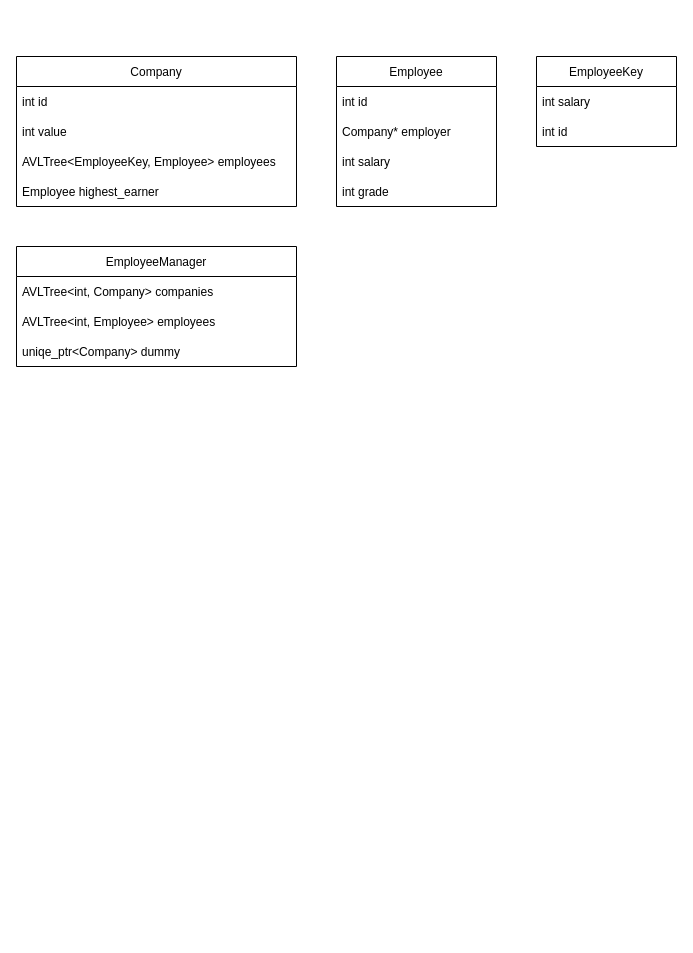
The draw.io diagram DataStructsHW1.drawio in adamkatav/DataSysHW1, before the edit. Source tidied: cells renumbered, new cells numbered last; positions are measured from the earlier drawing's top-left corner, leaving out a move shared by most shapes. Both pictures are drawn from the tidied source at 100%, with x=0, y=0 at pixel (16, 56).
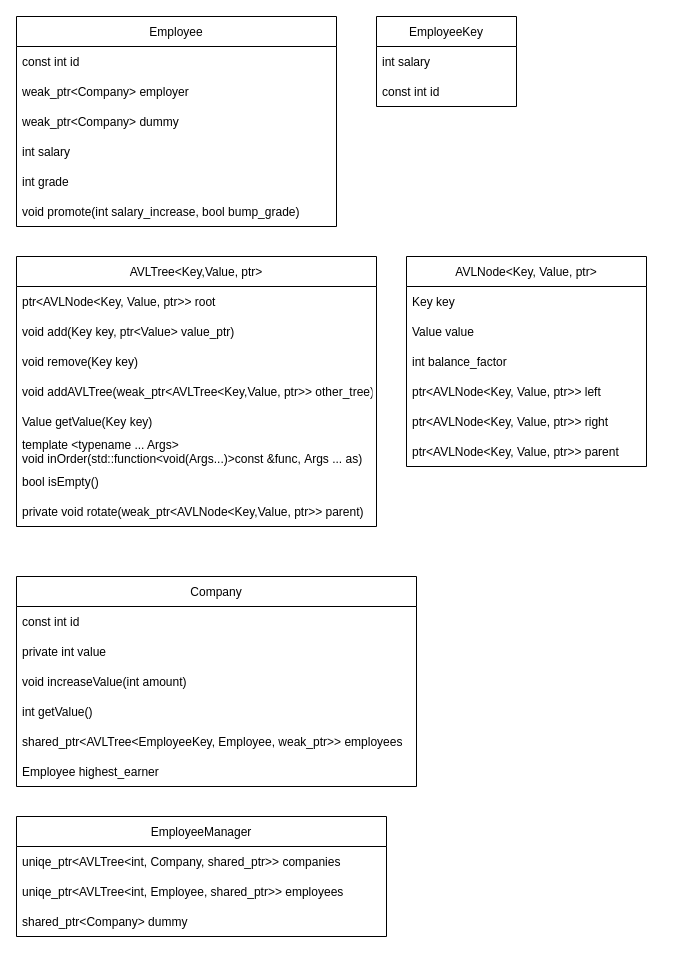
After the change.

What changed in the source:
```diff
@@
     <mxCell id="2" value="Company" style="swimlane;fontStyle=0;horizontal=1;startSize=30;" parent="1" vertex="1">
-      <mxGeometry width="280" height="150" as="geometry" />
+      <mxGeometry y="520" width="400" height="210" as="geometry" />
     </mxCell>
-    <mxCell id="3" value="int id" style="text;strokeColor=none;fillColor=none;align=left;verticalAlign=middle;spacingLeft=4;spacingRight=4;overflow=hidden;" parent="2" vertex="1">
-      <mxGeometry y="30" width="280" height="30" as="geometry" />
+    <mxCell id="3" value="const int id" style="text;strokeColor=none;fillColor=none;align=left;verticalAlign=middle;spacingLeft=4;spacingRight=4;overflow=hidden;" parent="2" vertex="1">
+      <mxGeometry y="30" width="400" height="30" as="geometry" />
     </mxCell>
-    <mxCell id="4" value="int value" style="text;strokeColor=none;fillColor=none;align=left;verticalAlign=middle;spacingLeft=4;spacingRight=4;overflow=hidden;" parent="2" vertex="1">
-      <mxGeometry y="60" width="280" height="30" as="geometry" />
+    <mxCell id="4" value="private int value" style="text;strokeColor=none;fillColor=none;align=left;verticalAlign=middle;spacingLeft=4;spacingRight=4;overflow=hidden;" parent="2" vertex="1">
+      <mxGeometry y="60" width="400" height="30" as="geometry" />
     </mxCell>
+    <mxCell id="19" value="void increaseValue(int amount)" style="text;strokeColor=none;fillColor=none;align=left;verticalAlign=middle;spacingLeft=4;spacingRight=4;overflow=hidden;" parent="2" vertex="1">
+      <mxGeometry y="90" width="400" height="30" as="geometry" />
+    </mxCell>
+    <mxCell id="20" value="int getValue()" style="text;strokeColor=none;fillColor=none;align=left;verticalAlign=middle;spacingLeft=4;spacingRight=4;overflow=hidden;" parent="2" vertex="1">
+      <mxGeometry y="120" width="400" height="30" as="geometry" />
+    </mxCell>
-    <mxCell id="5" value="AVLTree&lt;EmployeeKey, Employee&gt; employees" style="text;strokeColor=none;fillColor=none;align=left;verticalAlign=middle;spacingLeft=4;spacingRight=4;overflow=hidden;" parent="2" vertex="1">
-      <mxGeometry y="90" width="280" height="30" as="geometry" />
+    <mxCell id="5" value="shared_ptr&lt;AVLTree&lt;EmployeeKey, Employee, weak_ptr&gt;&gt; employees" style="text;strokeColor=none;fillColor=none;align=left;verticalAlign=middle;spacingLeft=4;spacingRight=4;overflow=hidden;" parent="2" vertex="1">
+      <mxGeometry y="150" width="400" height="30" as="geometry" />
     </mxCell>
     <mxCell id="6" value="Employee highest_earner" style="text;strokeColor=none;fillColor=none;align=left;verticalAlign=middle;spacingLeft=4;spacingRight=4;overflow=hidden;" parent="2" vertex="1">
-      <mxGeometry y="120" width="280" height="30" as="geometry" />
+      <mxGeometry y="180" width="400" height="30" as="geometry" />
     </mxCell>
     <mxCell id="7" value="Employee" style="swimlane;fontStyle=0;horizontal=1;startSize=30;" parent="1" vertex="1">
-      <mxGeometry x="320" width="160" height="150" as="geometry" />
+      <mxGeometry y="-40" width="320" height="210" as="geometry" />
     </mxCell>
-    <mxCell id="8" value="int id" style="text;strokeColor=none;fillColor=none;align=left;verticalAlign=middle;spacingLeft=4;spacingRight=4;overflow=hidden;" parent="7" vertex="1">
-      <mxGeometry y="30" width="160" height="30" as="geometry" />
+    <mxCell id="8" value="const int id" style="text;strokeColor=none;fillColor=none;align=left;verticalAlign=middle;spacingLeft=4;spacingRight=4;overflow=hidden;" parent="7" vertex="1">
+      <mxGeometry y="30" width="320" height="30" as="geometry" />
     </mxCell>
-    <mxCell id="9" value="Company* employer" style="text;strokeColor=none;fillColor=none;align=left;verticalAlign=middle;spacingLeft=4;spacingRight=4;overflow=hidden;" parent="7" vertex="1">
-      <mxGeometry y="60" width="160" height="30" as="geometry" />
+    <mxCell id="9" value="weak_ptr&lt;Company&gt; employer" style="text;strokeColor=none;fillColor=none;align=left;verticalAlign=middle;spacingLeft=4;spacingRight=4;overflow=hidden;" parent="7" vertex="1">
+      <mxGeometry y="60" width="320" height="30" as="geometry" />
     </mxCell>
+    <mxCell id="21" value="weak_ptr&lt;Company&gt; dummy" style="text;strokeColor=none;fillColor=none;align=left;verticalAlign=middle;spacingLeft=4;spacingRight=4;overflow=hidden;" parent="7" vertex="1">
+      <mxGeometry y="90" width="320" height="30" as="geometry" />
+    </mxCell>
     <mxCell id="10" value="int salary" style="text;strokeColor=none;fillColor=none;align=left;verticalAlign=middle;spacingLeft=4;spacingRight=4;overflow=hidden;" parent="7" vertex="1">
-      <mxGeometry y="90" width="160" height="30" as="geometry" />
+      <mxGeometry y="120" width="320" height="30" as="geometry" />
     </mxCell>
     <mxCell id="11" value="int grade" style="text;strokeColor=none;fillColor=none;align=left;verticalAlign=middle;spacingLeft=4;spacingRight=4;overflow=hidden;" parent="7" vertex="1">
-      <mxGeometry y="120" width="160" height="30" as="geometry" />
+      <mxGeometry y="150" width="320" height="30" as="geometry" />
     </mxCell>
+    <mxCell id="22" value="void promote(int salary_increase, bool bump_grade)" style="text;strokeColor=none;fillColor=none;align=left;verticalAlign=middle;spacingLeft=4;spacingRight=4;overflow=hidden;" parent="7" vertex="1">
+      <mxGeometry y="180" width="320" height="30" as="geometry" />
+    </mxCell>
     <mxCell id="12" value="EmployeeKey" style="swimlane;fontStyle=0;horizontal=1;startSize=30;" parent="1" vertex="1">
-      <mxGeometry x="520" width="140" height="90" as="geometry" />
+      <mxGeometry x="360" y="-40" width="140" height="90" as="geometry" />
     </mxCell>
@@
-    <mxCell id="14" value="int id" style="text;strokeColor=none;fillColor=none;align=left;verticalAlign=middle;spacingLeft=4;spacingRight=4;overflow=hidden;" parent="12" vertex="1">
+    <mxCell id="14" value="const int id" style="text;strokeColor=none;fillColor=none;align=left;verticalAlign=middle;spacingLeft=4;spacingRight=4;overflow=hidden;" parent="12" vertex="1">
       <mxGeometry y="60" width="140" height="30" as="geometry" />
     </mxCell>
     <mxCell id="15" value="EmployeeManager" style="swimlane;fontStyle=0;horizontal=1;startSize=30;" parent="1" vertex="1">
-      <mxGeometry y="190" width="280" height="120" as="geometry" />
+      <mxGeometry y="760" width="370" height="120" as="geometry" />
     </mxCell>
-    <mxCell id="16" value="AVLTree&lt;int, Company&gt; companies" style="text;strokeColor=none;fillColor=none;align=left;verticalAlign=middle;spacingLeft=4;spacingRight=4;overflow=hidden;" parent="15" vertex="1">
-      <mxGeometry y="30" width="280" height="30" as="geometry" />
+    <mxCell id="16" value="uniqe_ptr&lt;AVLTree&lt;int, Company, shared_ptr&gt;&gt; companies" style="text;strokeColor=none;fillColor=none;align=left;verticalAlign=middle;spacingLeft=4;spacingRight=4;overflow=hidden;" parent="15" vertex="1">
+      <mxGeometry y="30" width="370" height="30" as="geometry" />
     </mxCell>
-    <mxCell id="17" value="AVLTree&lt;int, Employee&gt; employees" style="text;strokeColor=none;fillColor=none;align=left;verticalAlign=middle;spacingLeft=4;spacingRight=4;overflow=hidden;" parent="15" vertex="1">
-      <mxGeometry y="60" width="280" height="30" as="geometry" />
+    <mxCell id="17" value="uniqe_ptr&lt;AVLTree&lt;int, Employee, shared_ptr&gt;&gt; employees" style="text;strokeColor=none;fillColor=none;align=left;verticalAlign=middle;spacingLeft=4;spacingRight=4;overflow=hidden;" parent="15" vertex="1">
+      <mxGeometry y="60" width="370" height="30" as="geometry" />
     </mxCell>
-    <mxCell id="18" value="uniqe_ptr&lt;Company&gt; dummy" style="text;strokeColor=none;fillColor=none;align=left;verticalAlign=middle;spacingLeft=4;spacingRight=4;overflow=hidden;" parent="15" vertex="1">
-      <mxGeometry y="90" width="280" height="30" as="geometry" />
+    <mxCell id="18" value="shared_ptr&lt;Company&gt; dummy" style="text;strokeColor=none;fillColor=none;align=left;verticalAlign=middle;spacingLeft=4;spacingRight=4;overflow=hidden;" parent="15" vertex="1">
+      <mxGeometry y="90" width="370" height="30" as="geometry" />
     </mxCell>
+    <mxCell id="23" value="AVLTree&lt;Key,Value, ptr&gt;" style="swimlane;fontStyle=0;horizontal=1;startSize=30;" parent="1" vertex="1">
+      <mxGeometry y="200" width="360" height="270" as="geometry" />
+    </mxCell>
+    <mxCell id="24" value="ptr&lt;AVLNode&lt;Key, Value, ptr&gt;&gt; root" style="text;strokeColor=none;fillColor=none;align=left;verticalAlign=middle;spacingLeft=4;spacingRight=4;overflow=hidden;" parent="23" vertex="1">
+      <mxGeometry y="30" width="360" height="30" as="geometry" />
+    </mxCell>
+    <mxCell id="25" value="void add(Key key, ptr&lt;Value&gt; value_ptr)" style="text;strokeColor=none;fillColor=none;align=left;verticalAlign=middle;spacingLeft=4;spacingRight=4;overflow=hidden;" parent="23" vertex="1">
+      <mxGeometry y="60" width="360" height="30" as="geometry" />
+    </mxCell>
+    <mxCell id="26" value="void remove(Key key)" style="text;strokeColor=none;fillColor=none;align=left;verticalAlign=middle;spacingLeft=4;spacingRight=4;overflow=hidden;" parent="23" vertex="1">
+      <mxGeometry y="90" width="360" height="30" as="geometry" />
+    </mxCell>
+    <mxCell id="27" value="void addAVLTree(weak_ptr&lt;AVLTree&lt;Key,Value, ptr&gt;&gt; other_tree)" style="text;strokeColor=none;fillColor=none;align=left;verticalAlign=middle;spacingLeft=4;spacingRight=4;overflow=hidden;" parent="23" vertex="1">
+      <mxGeometry y="120" width="360" height="30" as="geometry" />
+    </mxCell>
+    <mxCell id="28" value="Value getValue(Key key)" style="text;strokeColor=none;fillColor=none;align=left;verticalAlign=middle;spacingLeft=4;spacingRight=4;overflow=hidden;" parent="23" vertex="1">
+      <mxGeometry y="150" width="360" height="30" as="geometry" />
+    </mxCell>
+    <mxCell id="29" value="template &lt;typename ... Args&gt;&#10;void inOrder(std::function&lt;void(Args...)&gt;const &amp;func, Args ... as)" style="text;strokeColor=none;fillColor=none;align=left;verticalAlign=middle;spacingLeft=4;spacingRight=4;overflow=hidden;" parent="23" vertex="1">
+      <mxGeometry y="180" width="360" height="30" as="geometry" />
+    </mxCell>
+    <mxCell id="30" value="bool isEmpty()" style="text;strokeColor=none;fillColor=none;align=left;verticalAlign=middle;spacingLeft=4;spacingRight=4;overflow=hidden;" parent="23" vertex="1">
+      <mxGeometry y="210" width="360" height="30" as="geometry" />
+    </mxCell>
+    <mxCell id="31" value="private void rotate(weak_ptr&lt;AVLNode&lt;Key,Value, ptr&gt;&gt; parent)" style="text;strokeColor=none;fillColor=none;align=left;verticalAlign=middle;spacingLeft=4;spacingRight=4;overflow=hidden;" parent="23" vertex="1">
+      <mxGeometry y="240" width="360" height="30" as="geometry" />
+    </mxCell>
+    <mxCell id="32" value="AVLNode&lt;Key, Value, ptr&gt;" style="swimlane;fontStyle=0;horizontal=1;startSize=30;" parent="1" vertex="1">
+      <mxGeometry x="390" y="200" width="240" height="210" as="geometry" />
+    </mxCell>
+    <mxCell id="33" value="Key key" style="text;strokeColor=none;fillColor=none;align=left;verticalAlign=middle;spacingLeft=4;spacingRight=4;overflow=hidden;" parent="32" vertex="1">
+      <mxGeometry y="30" width="240" height="30" as="geometry" />
+    </mxCell>
+    <mxCell id="34" value="Value value" style="text;strokeColor=none;fillColor=none;align=left;verticalAlign=middle;spacingLeft=4;spacingRight=4;overflow=hidden;" parent="32" vertex="1">
+      <mxGeometry y="60" width="240" height="30" as="geometry" />
+    </mxCell>
+    <mxCell id="35" value="int balance_factor" style="text;strokeColor=none;fillColor=none;align=left;verticalAlign=middle;spacingLeft=4;spacingRight=4;overflow=hidden;" parent="32" vertex="1">
+      <mxGeometry y="90" width="240" height="30" as="geometry" />
+    </mxCell>
+    <mxCell id="36" value="ptr&lt;AVLNode&lt;Key, Value, ptr&gt;&gt; left" style="text;strokeColor=none;fillColor=none;align=left;verticalAlign=middle;spacingLeft=4;spacingRight=4;overflow=hidden;" parent="32" vertex="1">
+      <mxGeometry y="120" width="240" height="30" as="geometry" />
+    </mxCell>
+    <mxCell id="37" value="ptr&lt;AVLNode&lt;Key, Value, ptr&gt;&gt; right" style="text;strokeColor=none;fillColor=none;align=left;verticalAlign=middle;spacingLeft=4;spacingRight=4;overflow=hidden;" parent="32" vertex="1">
+      <mxGeometry y="150" width="240" height="30" as="geometry" />
+    </mxCell>
+    <mxCell id="38" value="ptr&lt;AVLNode&lt;Key, Value, ptr&gt;&gt; parent" style="text;strokeColor=none;fillColor=none;align=left;verticalAlign=middle;spacingLeft=4;spacingRight=4;overflow=hidden;" parent="32" vertex="1">
+      <mxGeometry y="180" width="240" height="30" as="geometry" />
+    </mxCell>
```
